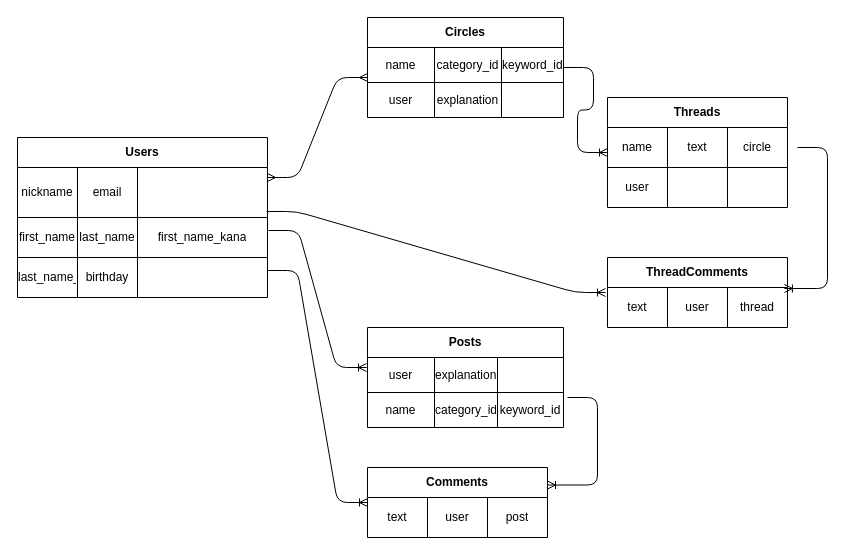
Earlier version of the draw.io diagram page "ページ1" (1 of 2) of er.dio (hujio362/treaty). Source tidied: cells renumbered, new cells numbered last; positions are measured from the earlier drawing's top-left corner, leaving out a move shared by most shapes. Both pictures are drawn from the tidied source at 100%, with x=0, y=0 at pixel (17, 17).
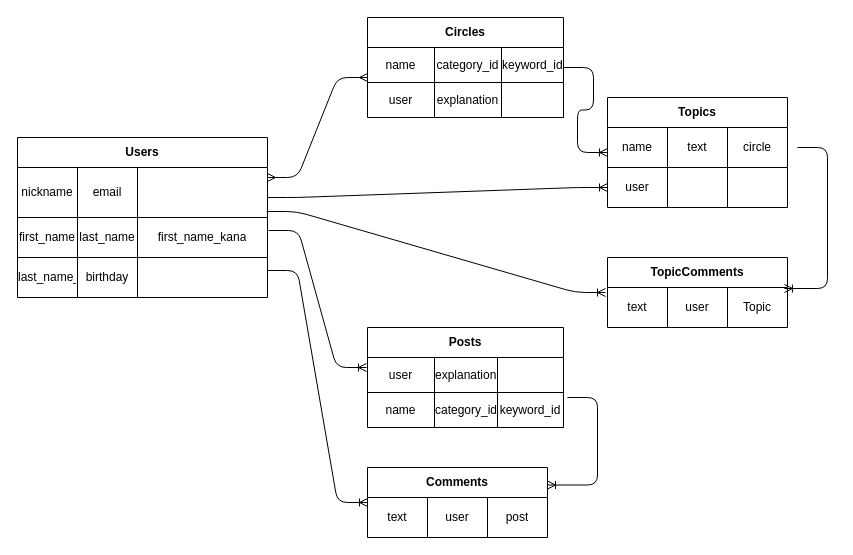
The same page after the edit.

Unchanged cells that the change refers to:
```xml
<mxCell id="45" style="shape=partialRectangle;html=1;whiteSpace=wrap;fillColor=none;top=0;left=0;bottom=0;right=0;points=[[0,0.5],[1,0.5]];portConstraint=eastwest;" parent="40" vertex="1">
  <mxGeometry y="70" width="180" height="40" as="geometry" />
</mxCell>
<mxCell id="55" style="shape=partialRectangle;html=1;whiteSpace=wrap;fillColor=none;top=0;left=0;bottom=0;right=0;points=[[0,0.5],[1,0.5]];portConstraint=eastwest;" parent="54" vertex="1">
  <mxGeometry y="30" width="180" height="40" as="geometry" />
</mxCell>
```

Change to the diagram source:
```diff
@@
-    <mxCell id="40" value="Threads" style="shape=table;html=1;whiteSpace=wrap;startSize=30;childLayout=tableLayout;fontStyle=1;align=center;" parent="1" vertex="1">
+    <mxCell id="40" value="Topics" style="shape=table;html=1;whiteSpace=wrap;startSize=30;childLayout=tableLayout;fontStyle=1;align=center;" parent="1" vertex="1">
       <mxGeometry x="590" y="80" width="180" height="110" as="geometry" />
     </mxCell>
@@
-    <mxCell id="54" value="ThreadComments" style="shape=table;html=1;whiteSpace=wrap;startSize=30;childLayout=tableLayout;fontStyle=1;align=center;" parent="1" vertex="1">
+    <mxCell id="54" value="TopicComments" style="shape=table;html=1;whiteSpace=wrap;startSize=30;childLayout=tableLayout;fontStyle=1;align=center;" parent="1" vertex="1">
       <mxGeometry x="590" y="240" width="180" height="70" as="geometry" />
     </mxCell>
@@
-    <mxCell id="58" value="thread" style="shape=partialRectangle;html=1;whiteSpace=wrap;fillColor=none;top=0;left=0;bottom=0;right=0;overflow=hidden;" parent="55" vertex="1">
+    <mxCell id="58" value="Topic" style="shape=partialRectangle;html=1;whiteSpace=wrap;fillColor=none;top=0;left=0;bottom=0;right=0;overflow=hidden;" parent="55" vertex="1">
       <mxGeometry x="120" width="60" height="40" as="geometry" />
     </mxCell>
@@
+    <mxCell id="61" style="edgeStyle=entityRelationEdgeStyle;fontSize=12;html=1;endArrow=ERoneToMany;entryX=0;entryY=0.5;entryDx=0;entryDy=0;" parent="1" edge="1" target="45">
+      <mxGeometry relative="1" as="geometry">
+        <mxPoint x="250" y="180" as="sourcePoint" />
+      </mxGeometry>
+    </mxCell>
```
